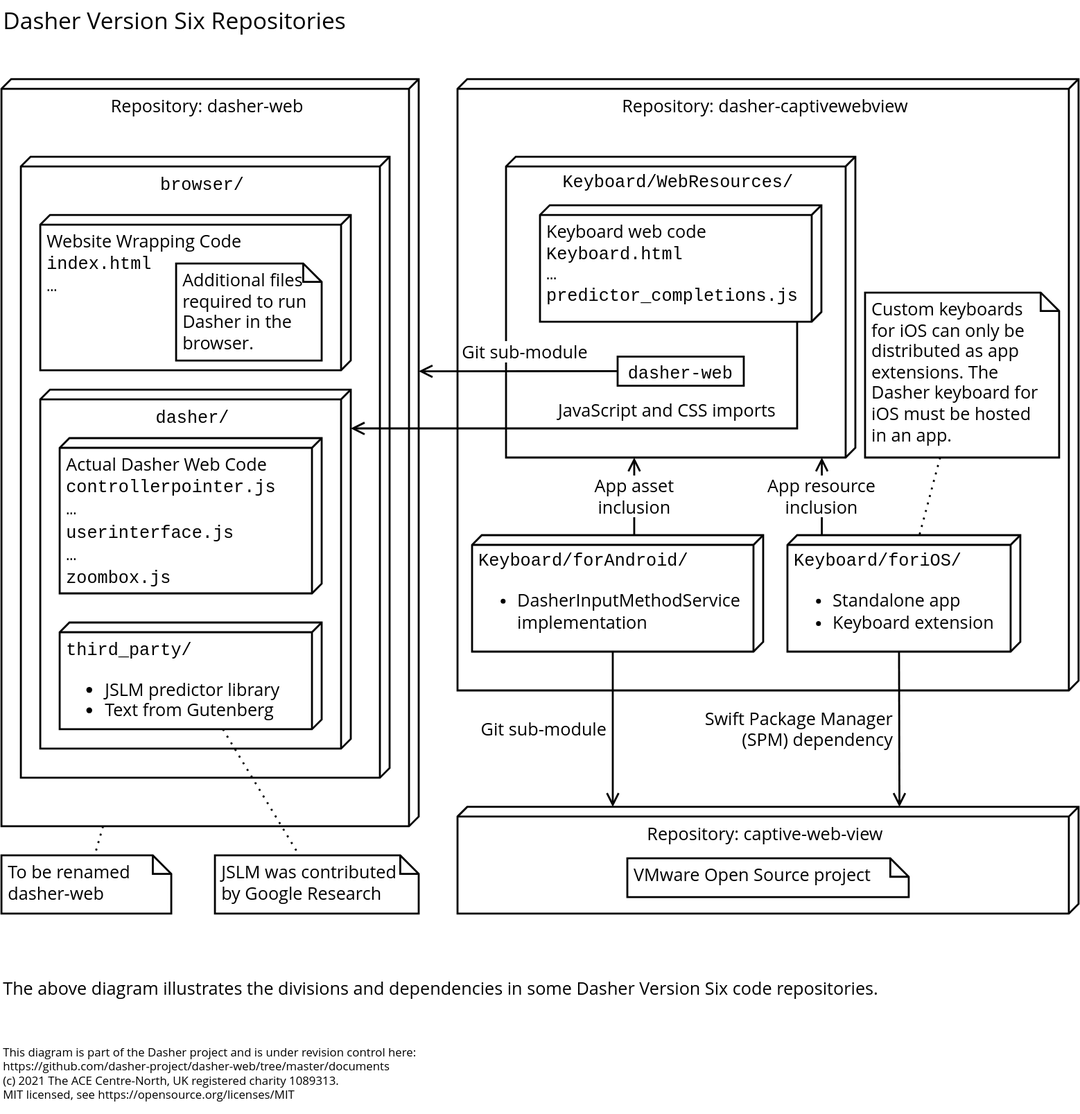
Before: documents/images/Repositories.svg, a diagram exported from draw.io (dasher-project/dasher-web). Source tidied: cells renumbered, new cells last; positions are measured from the earlier drawing's top-left corner, leaving out a move shared by most shapes. The source it was exported from:
```xml
<mxGraphModel>
  <root>
    <mxCell id="0" />
    <mxCell id="1" parent="0" />
    <mxCell id="2" value="Repository: dasher-captivewebview" style="verticalAlign=top;align=center;shape=cube;size=10;direction=south;fontStyle=0;boundedLbl=1;spacingLeft=5;fontFamily=Open Sans;fontSource=https%3A%2F%2Ffonts.googleapis.com%2Fcss%3Ffamily%3DOpen%2BSans;strokeWidth=2;fillColor=none;fontSize=18;" parent="1" vertex="1">
      <mxGeometry x="470" y="80" width="640" height="630" as="geometry" />
    </mxCell>
    <mxCell id="3" value="Keyboard/WebResources/" style="verticalAlign=top;align=center;shape=cube;size=10;direction=south;fontStyle=0;boundedLbl=1;spacingLeft=5;fontFamily=Courier New;strokeWidth=2;fillColor=none;fontSize=18;html=1;whiteSpace=wrap;" parent="1" vertex="1">
      <mxGeometry x="520" y="160" width="360" height="310" as="geometry" />
    </mxCell>
    <mxCell id="4" value="dasher-web" style="rounded=0;shadow=0;comic=0;labelBackgroundColor=none;strokeWidth=2;fillColor=none;fontFamily=Courier New;fontSize=18;fontColor=#000000;align=center;arcSize=20;spacingTop=0;spacingLeft=0;spacing=2;spacingBottom=0;spacingRight=0;points=[[0.2, 0], [0.4, 0], [0.6, 0], [0.8, 0], [0.5,1]];" parent="1" vertex="1">
      <mxGeometry x="635" y="366" width="130" height="30" as="geometry" />
    </mxCell>
    <mxCell id="5" value="Dasher Version Six Repositories" style="rounded=0;shadow=0;comic=0;labelBackgroundColor=none;strokeWidth=2;fillColor=none;fontFamily=Open Sans;fontSize=24;fontColor=#000000;align=left;arcSize=20;spacingTop=0;spacingLeft=0;spacing=2;spacingBottom=0;spacingRight=0;strokeColor=none;whiteSpace=wrap;fontSource=https%3A%2F%2Ffonts.googleapis.com%2Fcss%3Ffamily%3DOpen%2BSans;" parent="1" vertex="1">
      <mxGeometry width="760" height="40" as="geometry" />
    </mxCell>
    <mxCell id="6" value="This diagram is part of the Dasher project and is under revision control here:&#10;https://github.com/dasher-project/redash/tree/master/documents&#10;(c) 2021 The ACE Centre-North, UK registered charity 1089313.&#10;MIT licensed, see https://opensource.org/licenses/MIT&#10;" style="rounded=0;shadow=0;comic=0;labelBackgroundColor=none;strokeWidth=2;fillColor=none;fontFamily=Open Sans;fontSize=12;fontColor=#000000;align=left;arcSize=20;spacingTop=0;spacingLeft=0;spacing=2;spacingBottom=0;spacingRight=0;strokeColor=none;whiteSpace=wrap;verticalAlign=top;fontSource=https%3A%2F%2Ffonts.googleapis.com%2Fcss%3Ffamily%3DOpen%2BSans;" parent="1" vertex="1">
      <mxGeometry y="1070" width="760" height="70" as="geometry" />
    </mxCell>
    <mxCell id="7" value="The above diagram illustrates the divisions and dependencies in some Dasher Version Six code repositories." style="rounded=0;shadow=0;comic=0;labelBackgroundColor=none;strokeWidth=2;fillColor=none;fontFamily=Open Sans;fontSize=18;fontColor=#000000;align=left;arcSize=20;spacingTop=0;spacingLeft=0;spacing=2;spacingBottom=0;spacingRight=0;strokeColor=none;whiteSpace=wrap;verticalAlign=top;fontSource=https%3A%2F%2Ffonts.googleapis.com%2Fcss%3Ffamily%3DOpen%2BSans;" parent="1" vertex="1">
      <mxGeometry y="1000" width="1110" height="70" as="geometry" />
    </mxCell>
    <mxCell id="8" value="Repository: redash" style="verticalAlign=top;align=center;shape=cube;size=10;direction=south;fontStyle=0;boundedLbl=1;spacingLeft=5;fontFamily=Open Sans;fontSource=https%3A%2F%2Ffonts.googleapis.com%2Fcss%3Ffamily%3DOpen%2BSans;strokeWidth=2;fillColor=none;fontSize=18;" parent="1" vertex="1">
      <mxGeometry y="80" width="430" height="770" as="geometry" />
    </mxCell>
    <mxCell id="9" value="To be renamed dasher-web" style="shape=note;whiteSpace=wrap;html=1;backgroundOutline=1;darkOpacity=0;strokeWidth=2;fontFamily=Open Sans;fontSource=https%3A%2F%2Ffonts.googleapis.com%2Fcss%3Ffamily%3DOpen%2BSans;fontSize=18;fillColor=none;size=19;align=left;verticalAlign=top;spacingLeft=5;" parent="1" vertex="1">
      <mxGeometry y="880" width="175" height="60" as="geometry" />
    </mxCell>
    <mxCell id="10" style="endArrow=none;dashed=1;dashPattern=1 3;strokeWidth=2;fontFamily=Open Sans;fontSource=https%3A%2F%2Ffonts.googleapis.com%2Fcss%3Ffamily%3DOpen%2BSans;fontSize=18;" parent="1" edge="1" source="8" target="9">
      <mxGeometry relative="1" as="geometry" />
    </mxCell>
    <mxCell id="11" value="browser/" style="verticalAlign=top;align=center;shape=cube;size=10;direction=south;fontStyle=0;boundedLbl=1;spacingLeft=5;fontFamily=Courier New;strokeWidth=2;fillColor=none;fontSize=18;" parent="1" vertex="1">
      <mxGeometry x="20" y="160" width="380" height="640" as="geometry" />
    </mxCell>
    <mxCell id="12" value="dasher/" style="verticalAlign=top;align=center;shape=cube;size=10;direction=south;fontStyle=0;boundedLbl=1;spacingLeft=5;fontFamily=Courier New;strokeWidth=2;fillColor=none;fontSize=18;" parent="1" vertex="1">
      <mxGeometry x="40" y="400" width="320" height="370" as="geometry" />
    </mxCell>
    <mxCell id="13" value="Additional files required to run Dasher in the browser." style="shape=note;whiteSpace=wrap;html=1;backgroundOutline=1;darkOpacity=0;strokeWidth=2;fontFamily=Open Sans;fontSource=https%3A%2F%2Ffonts.googleapis.com%2Fcss%3Ffamily%3DOpen%2BSans;fontSize=18;fillColor=none;size=19;align=left;verticalAlign=top;spacingLeft=5;" parent="1" vertex="1">
      <mxGeometry x="180" y="270" width="150" height="100" as="geometry" />
    </mxCell>
    <mxCell id="14" value="third_party/&lt;font face=&quot;Open Sans&quot;&gt;&lt;font&gt;&lt;br&gt;&lt;ul&gt;&lt;li&gt;&lt;font face=&quot;Open Sans&quot;&gt;&lt;font&gt;JSLM predictor library&lt;/font&gt;&lt;/font&gt;&lt;/li&gt;&lt;li&gt;&lt;font face=&quot;Open Sans&quot;&gt;Text from Gutenberg&lt;/font&gt;&lt;/li&gt;&lt;/ul&gt;&lt;/font&gt;&lt;/font&gt;" style="verticalAlign=top;align=left;shape=cube;size=10;direction=south;fontStyle=0;boundedLbl=1;spacingLeft=5;fontFamily=Courier New;strokeWidth=2;fillColor=none;fontSize=18;html=1;" parent="1" vertex="1">
      <mxGeometry x="60" y="640" width="270" height="110" as="geometry" />
    </mxCell>
    <mxCell id="15" value="Actual Dasher Web Code&lt;br&gt;&lt;div&gt;&lt;span&gt;&lt;font face=&quot;Courier New&quot;&gt;controllerpointer.js&lt;/font&gt;&lt;/span&gt;&lt;/div&gt;&lt;div&gt;&lt;span&gt;&lt;font face=&quot;Courier New&quot;&gt;…&lt;/font&gt;&lt;/span&gt;&lt;/div&gt;&lt;div&gt;&lt;span&gt;&lt;font face=&quot;Courier New&quot;&gt;userinterface.js&lt;/font&gt;&lt;/span&gt;&lt;/div&gt;&lt;div&gt;&lt;span&gt;&lt;font face=&quot;Courier New&quot;&gt;…&lt;/font&gt;&lt;/span&gt;&lt;/div&gt;&lt;div&gt;&lt;span&gt;&lt;font face=&quot;Courier New&quot;&gt;zoombox.js&lt;/font&gt;&lt;/span&gt;&lt;/div&gt;" style="verticalAlign=top;align=left;shape=cube;size=10;direction=south;fontStyle=0;boundedLbl=1;spacingLeft=5;fontFamily=Open Sans;fontSource=https%3A%2F%2Ffonts.googleapis.com%2Fcss%3Ffamily%3DOpen%2BSans;strokeWidth=2;fillColor=none;fontSize=18;html=1;spacingRight=10;" parent="1" vertex="1">
      <mxGeometry x="60" y="450" width="270" height="160" as="geometry" />
    </mxCell>
    <mxCell id="16" value="Website Wrapping Code&lt;br&gt;&lt;div style=&quot;&quot;&gt;&lt;span&gt;&lt;font face=&quot;Courier New&quot;&gt;index.html&lt;/font&gt;&lt;/span&gt;&lt;/div&gt;&lt;div style=&quot;&quot;&gt;&lt;span&gt;&lt;font face=&quot;Courier New&quot;&gt;…&lt;/font&gt;&lt;/span&gt;&lt;/div&gt;" style="verticalAlign=top;align=left;shape=cube;size=10;direction=south;fontStyle=0;boundedLbl=1;spacingLeft=5;fontFamily=Open Sans;fontSource=https%3A%2F%2Ffonts.googleapis.com%2Fcss%3Ffamily%3DOpen%2BSans;strokeWidth=2;fillColor=none;fontSize=18;html=1;spacingRight=10;" parent="1" vertex="1">
      <mxGeometry x="40" y="220" width="320" height="160" as="geometry" />
    </mxCell>
    <mxCell id="17" value="JSLM was contributed by Google Research" style="shape=note;whiteSpace=wrap;html=1;backgroundOutline=1;darkOpacity=0;strokeWidth=2;fontFamily=Open Sans;fontSource=https%3A%2F%2Ffonts.googleapis.com%2Fcss%3Ffamily%3DOpen%2BSans;fontSize=18;fillColor=none;size=19;align=left;verticalAlign=top;spacingLeft=5;" parent="1" vertex="1">
      <mxGeometry x="220" y="880" width="210" height="60" as="geometry" />
    </mxCell>
    <mxCell id="18" style="endArrow=none;dashed=1;dashPattern=1 3;strokeWidth=2;fontFamily=Open Sans;fontSource=https%3A%2F%2Ffonts.googleapis.com%2Fcss%3Ffamily%3DOpen%2BSans;fontSize=18;" parent="1" edge="1" source="14" target="17">
      <mxGeometry relative="1" as="geometry" />
    </mxCell>
    <mxCell id="19" value="Keyboard/forAndroid/&lt;br&gt;&lt;ul&gt;&lt;li&gt;&lt;font face=&quot;Open Sans&quot;&gt;DasherInputMethodService implementation&lt;/font&gt;&lt;/li&gt;&lt;/ul&gt;" style="verticalAlign=top;align=left;shape=cube;size=10;direction=south;fontStyle=0;boundedLbl=1;spacingLeft=5;fontFamily=Courier New;strokeWidth=2;fillColor=none;fontSize=18;html=1;whiteSpace=wrap;" parent="1" vertex="1">
      <mxGeometry x="485" y="550" width="300" height="120" as="geometry" />
    </mxCell>
    <mxCell id="20" value="Repository: captive-web-view" style="verticalAlign=top;align=center;shape=cube;size=10;direction=south;fontStyle=0;boundedLbl=1;spacingLeft=5;fontFamily=Open Sans;fontSource=https%3A%2F%2Ffonts.googleapis.com%2Fcss%3Ffamily%3DOpen%2BSans;strokeWidth=2;fillColor=none;fontSize=18;points=[[0,0.25],[0,0.75]];" parent="1" vertex="1">
      <mxGeometry x="470" y="830" width="640" height="110" as="geometry" />
    </mxCell>
    <mxCell id="21" value="Git sub-module" style="endArrow=open;html=1;fontFamily=Open Sans;fontSize=18;fontColor=#000000;strokeWidth=2;fontSource=https%3A%2F%2Ffonts.googleapis.com%2Fcss%3Ffamily%3DOpen%2BSans;endFill=0;endSize=10;exitX=0;exitY=0;exitDx=120;exitDy=155;exitPerimeter=0;edgeStyle=elbowEdgeStyle;entryX=0;entryY=0.75;entryDx=0;entryDy=0;labelBackgroundColor=none;rounded=0;elbow=vertical;align=right;spacingRight=5;" parent="1" edge="1" source="19" target="20">
      <mxGeometry relative="1" as="geometry" />
    </mxCell>
    <mxCell id="22" value="Swift Package Manager&lt;br&gt;(SPM) dependency" style="endArrow=open;html=1;fontFamily=Open Sans;fontSize=18;fontColor=#000000;strokeWidth=2;fontSource=https%3A%2F%2Ffonts.googleapis.com%2Fcss%3Ffamily%3DOpen%2BSans;endFill=0;endSize=10;edgeStyle=elbowEdgeStyle;exitX=0;exitY=0;exitDx=120;exitDy=125;exitPerimeter=0;rounded=0;labelBackgroundColor=none;align=right;spacingRight=5;" parent="1" edge="1" source="23" target="20">
      <mxGeometry relative="1" as="geometry" />
    </mxCell>
    <mxCell id="23" value="Keyboard/foriOS/&lt;br&gt;&lt;ul&gt;&lt;li&gt;&lt;font face=&quot;Open Sans&quot;&gt;Standalone app&lt;/font&gt;&lt;/li&gt;&lt;li&gt;&lt;font face=&quot;Open Sans&quot;&gt;Keyboard extension&lt;/font&gt;&lt;/li&gt;&lt;/ul&gt;" style="verticalAlign=top;align=left;shape=cube;size=10;direction=south;fontStyle=0;boundedLbl=1;spacingLeft=5;fontFamily=Courier New;strokeWidth=2;fillColor=none;fontSize=18;html=1;whiteSpace=wrap;" parent="1" vertex="1">
      <mxGeometry x="810" y="550" width="240" height="120" as="geometry" />
    </mxCell>
    <mxCell id="24" value="Git sub-module" style="endArrow=open;fontFamily=Open Sans;fontSize=18;fontColor=#000000;strokeWidth=2;fontSource=https%3A%2F%2Ffonts.googleapis.com%2Fcss%3Ffamily%3DOpen%2BSans;endFill=0;endSize=10;entryX=0.391;entryY=0;entryDx=0;entryDy=0;entryPerimeter=0;" parent="1" edge="1" source="4" target="8">
      <mxGeometry x="-0.07" y="-21" relative="1" as="geometry" />
    </mxCell>
    <mxCell id="25" value="VMware Open Source project" style="shape=note;whiteSpace=wrap;html=1;backgroundOutline=1;darkOpacity=0;strokeWidth=2;fontFamily=Open Sans;fontSource=https%3A%2F%2Ffonts.googleapis.com%2Fcss%3Ffamily%3DOpen%2BSans;fontSize=18;fillColor=none;size=19;align=left;verticalAlign=top;spacingLeft=5;" parent="1" vertex="1">
      <mxGeometry x="645" y="883" width="290" height="40" as="geometry" />
    </mxCell>
    <mxCell id="26" value="&lt;font face=&quot;Open Sans&quot;&gt;Keyboard web code&lt;br&gt;&lt;/font&gt;Keyboard.html&lt;br&gt;…&lt;br&gt;predictor_completions.js" style="verticalAlign=top;align=left;shape=cube;size=10;direction=south;fontStyle=0;boundedLbl=1;spacingLeft=5;fontFamily=Courier New;strokeWidth=2;fillColor=none;fontSize=18;html=1;whiteSpace=wrap;" parent="1" vertex="1">
      <mxGeometry x="555" y="210" width="290" height="120" as="geometry" />
    </mxCell>
    <mxCell id="27" value="Custom keyboards for iOS can only be distributed as app extensions. The Dasher keyboard for iOS must be hosted in an app." style="shape=note;whiteSpace=wrap;html=1;backgroundOutline=1;darkOpacity=0;strokeWidth=2;fontFamily=Open Sans;fontSource=https%3A%2F%2Ffonts.googleapis.com%2Fcss%3Ffamily%3DOpen%2BSans;fontSize=18;fillColor=none;size=19;align=left;verticalAlign=top;spacingLeft=5;spacingRight=10;" parent="1" vertex="1">
      <mxGeometry x="890" y="300" width="200" height="170" as="geometry" />
    </mxCell>
    <mxCell id="28" style="endArrow=none;dashed=1;dashPattern=1 3;strokeWidth=2;fontFamily=Open Sans;fontSource=https%3A%2F%2Ffonts.googleapis.com%2Fcss%3Ffamily%3DOpen%2BSans;fontSize=18;" parent="1" edge="1" source="27" target="23">
      <mxGeometry relative="1" as="geometry" />
    </mxCell>
    <mxCell id="29" value="App asset&lt;br&gt;inclusion" style="endArrow=open;html=1;fontFamily=Open Sans;fontSize=18;fontColor=#000000;strokeWidth=2;fontSource=https%3A%2F%2Ffonts.googleapis.com%2Fcss%3Ffamily%3DOpen%2BSans;endFill=0;endSize=10;rounded=0;edgeStyle=elbowEdgeStyle;" parent="1" edge="1" source="19" target="3">
      <mxGeometry relative="1" as="geometry" />
    </mxCell>
    <mxCell id="30" value="App resource&lt;br&gt;inclusion" style="endArrow=open;html=1;fontFamily=Open Sans;fontSize=18;fontColor=#000000;strokeWidth=2;fontSource=https%3A%2F%2Ffonts.googleapis.com%2Fcss%3Ffamily%3DOpen%2BSans;endFill=0;endSize=10;rounded=0;edgeStyle=elbowEdgeStyle;" parent="1" edge="1" source="23" target="3">
      <mxGeometry relative="1" as="geometry" />
    </mxCell>
    <mxCell id="31" value="JavaScript and CSS imports" style="endArrow=open;fontFamily=Open Sans;fontSize=18;fontColor=#000000;strokeWidth=2;fontSource=https%3A%2F%2Ffonts.googleapis.com%2Fcss%3Ffamily%3DOpen%2BSans;endFill=0;endSize=10;edgeStyle=elbowEdgeStyle;rounded=0;" parent="1" edge="1" source="26" target="12">
      <mxGeometry x="-0.14" y="-20" relative="1" as="geometry">
        <Array as="points">
          <mxPoint x="820" y="440" />
        </Array>
      </mxGeometry>
    </mxCell>
  </root>
</mxGraphModel>
```
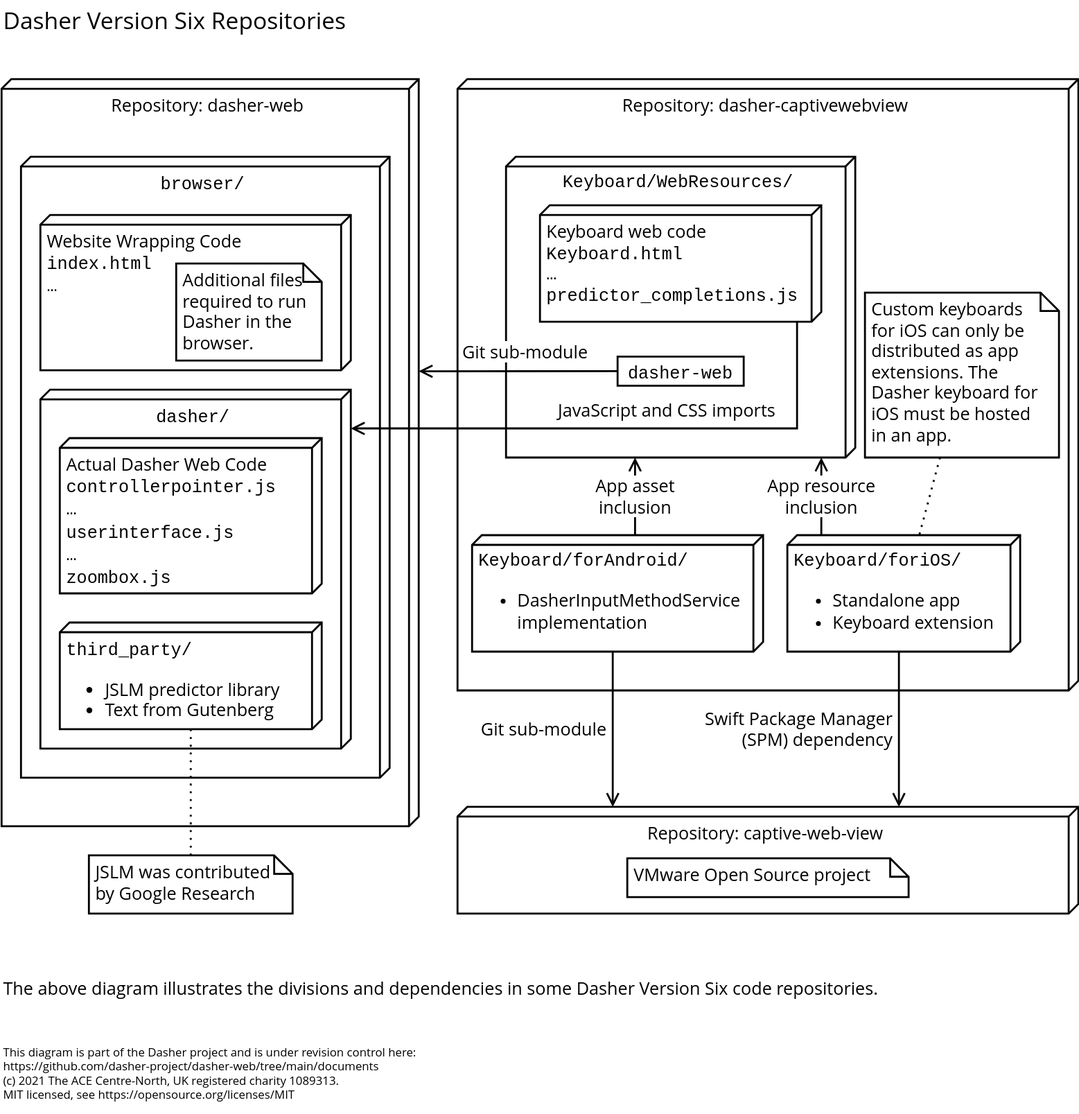
After the change.

Commit message:
Update embedded drawio diagram and remove note about rename

What changed in the source:
```diff
@@ -14,21 +14,15 @@
     <mxCell id="5" value="Dasher Version Six Repositories" style="rounded=0;shadow=0;comic=0;labelBackgroundColor=none;strokeWidth=2;fillColor=none;fontFamily=Open Sans;fontSize=24;fontColor=#000000;align=left;arcSize=20;spacingTop=0;spacingLeft=0;spacing=2;spacingBottom=0;spacingRight=0;strokeColor=none;whiteSpace=wrap;fontSource=https%3A%2F%2Ffonts.googleapis.com%2Fcss%3Ffamily%3DOpen%2BSans;" parent="1" vertex="1">
       <mxGeometry width="760" height="40" as="geometry" />
     </mxCell>
-    <mxCell id="6" value="This diagram is part of the Dasher project and is under revision control here:&#10;https://github.com/dasher-project/redash/tree/master/documents&#10;(c) 2021 The ACE Centre-North, UK registered charity 1089313.&#10;MIT licensed, see https://opensource.org/licenses/MIT&#10;" style="rounded=0;shadow=0;comic=0;labelBackgroundColor=none;strokeWidth=2;fillColor=none;fontFamily=Open Sans;fontSize=12;fontColor=#000000;align=left;arcSize=20;spacingTop=0;spacingLeft=0;spacing=2;spacingBottom=0;spacingRight=0;strokeColor=none;whiteSpace=wrap;verticalAlign=top;fontSource=https%3A%2F%2Ffonts.googleapis.com%2Fcss%3Ffamily%3DOpen%2BSans;" parent="1" vertex="1">
+    <mxCell id="6" value="This diagram is part of the Dasher project and is under revision control here:&#10;https://github.com/dasher-project/dasher-web/tree/main/documents&#10;(c) 2021 The ACE Centre-North, UK registered charity 1089313.&#10;MIT licensed, see https://opensource.org/licenses/MIT&#10;" style="rounded=0;shadow=0;comic=0;labelBackgroundColor=none;strokeWidth=2;fillColor=none;fontFamily=Open Sans;fontSize=12;fontColor=#000000;align=left;arcSize=20;spacingTop=0;spacingLeft=0;spacing=2;spacingBottom=0;spacingRight=0;strokeColor=none;whiteSpace=wrap;verticalAlign=top;fontSource=https%3A%2F%2Ffonts.googleapis.com%2Fcss%3Ffamily%3DOpen%2BSans;" parent="1" vertex="1">
       <mxGeometry y="1070" width="760" height="70" as="geometry" />
     </mxCell>
     <mxCell id="7" value="The above diagram illustrates the divisions and dependencies in some Dasher Version Six code repositories." style="rounded=0;shadow=0;comic=0;labelBackgroundColor=none;strokeWidth=2;fillColor=none;fontFamily=Open Sans;fontSize=18;fontColor=#000000;align=left;arcSize=20;spacingTop=0;spacingLeft=0;spacing=2;spacingBottom=0;spacingRight=0;strokeColor=none;whiteSpace=wrap;verticalAlign=top;fontSource=https%3A%2F%2Ffonts.googleapis.com%2Fcss%3Ffamily%3DOpen%2BSans;" parent="1" vertex="1">
       <mxGeometry y="1000" width="1110" height="70" as="geometry" />
     </mxCell>
-    <mxCell id="8" value="Repository: redash" style="verticalAlign=top;align=center;shape=cube;size=10;direction=south;fontStyle=0;boundedLbl=1;spacingLeft=5;fontFamily=Open Sans;fontSource=https%3A%2F%2Ffonts.googleapis.com%2Fcss%3Ffamily%3DOpen%2BSans;strokeWidth=2;fillColor=none;fontSize=18;" parent="1" vertex="1">
+    <mxCell id="8" value="Repository: dasher-web" style="verticalAlign=top;align=center;shape=cube;size=10;direction=south;fontStyle=0;boundedLbl=1;spacingLeft=5;fontFamily=Open Sans;fontSource=https%3A%2F%2Ffonts.googleapis.com%2Fcss%3Ffamily%3DOpen%2BSans;strokeWidth=2;fillColor=none;fontSize=18;" parent="1" vertex="1">
       <mxGeometry y="80" width="430" height="770" as="geometry" />
     </mxCell>
-    <mxCell id="9" value="To be renamed dasher-web" style="shape=note;whiteSpace=wrap;html=1;backgroundOutline=1;darkOpacity=0;strokeWidth=2;fontFamily=Open Sans;fontSource=https%3A%2F%2Ffonts.googleapis.com%2Fcss%3Ffamily%3DOpen%2BSans;fontSize=18;fillColor=none;size=19;align=left;verticalAlign=top;spacingLeft=5;" parent="1" vertex="1">
-      <mxGeometry y="880" width="175" height="60" as="geometry" />
-    </mxCell>
-    <mxCell id="10" style="endArrow=none;dashed=1;dashPattern=1 3;strokeWidth=2;fontFamily=Open Sans;fontSource=https%3A%2F%2Ffonts.googleapis.com%2Fcss%3Ffamily%3DOpen%2BSans;fontSize=18;" parent="1" edge="1" source="8" target="9">
-      <mxGeometry relative="1" as="geometry" />
-    </mxCell>
     <mxCell id="11" value="browser/" style="verticalAlign=top;align=center;shape=cube;size=10;direction=south;fontStyle=0;boundedLbl=1;spacingLeft=5;fontFamily=Courier New;strokeWidth=2;fillColor=none;fontSize=18;" parent="1" vertex="1">
       <mxGeometry x="20" y="160" width="380" height="640" as="geometry" />
     </mxCell>
@@ -48,7 +42,7 @@
       <mxGeometry x="40" y="220" width="320" height="160" as="geometry" />
     </mxCell>
     <mxCell id="17" value="JSLM was contributed by Google Research" style="shape=note;whiteSpace=wrap;html=1;backgroundOutline=1;darkOpacity=0;strokeWidth=2;fontFamily=Open Sans;fontSource=https%3A%2F%2Ffonts.googleapis.com%2Fcss%3Ffamily%3DOpen%2BSans;fontSize=18;fillColor=none;size=19;align=left;verticalAlign=top;spacingLeft=5;" parent="1" vertex="1">
-      <mxGeometry x="220" y="880" width="210" height="60" as="geometry" />
+      <mxGeometry x="90" y="880" width="210" height="60" as="geometry" />
     </mxCell>
     <mxCell id="18" style="endArrow=none;dashed=1;dashPattern=1 3;strokeWidth=2;fontFamily=Open Sans;fontSource=https%3A%2F%2Ffonts.googleapis.com%2Fcss%3Ffamily%3DOpen%2BSans;fontSize=18;" parent="1" edge="1" source="14" target="17">
       <mxGeometry relative="1" as="geometry" />
```
